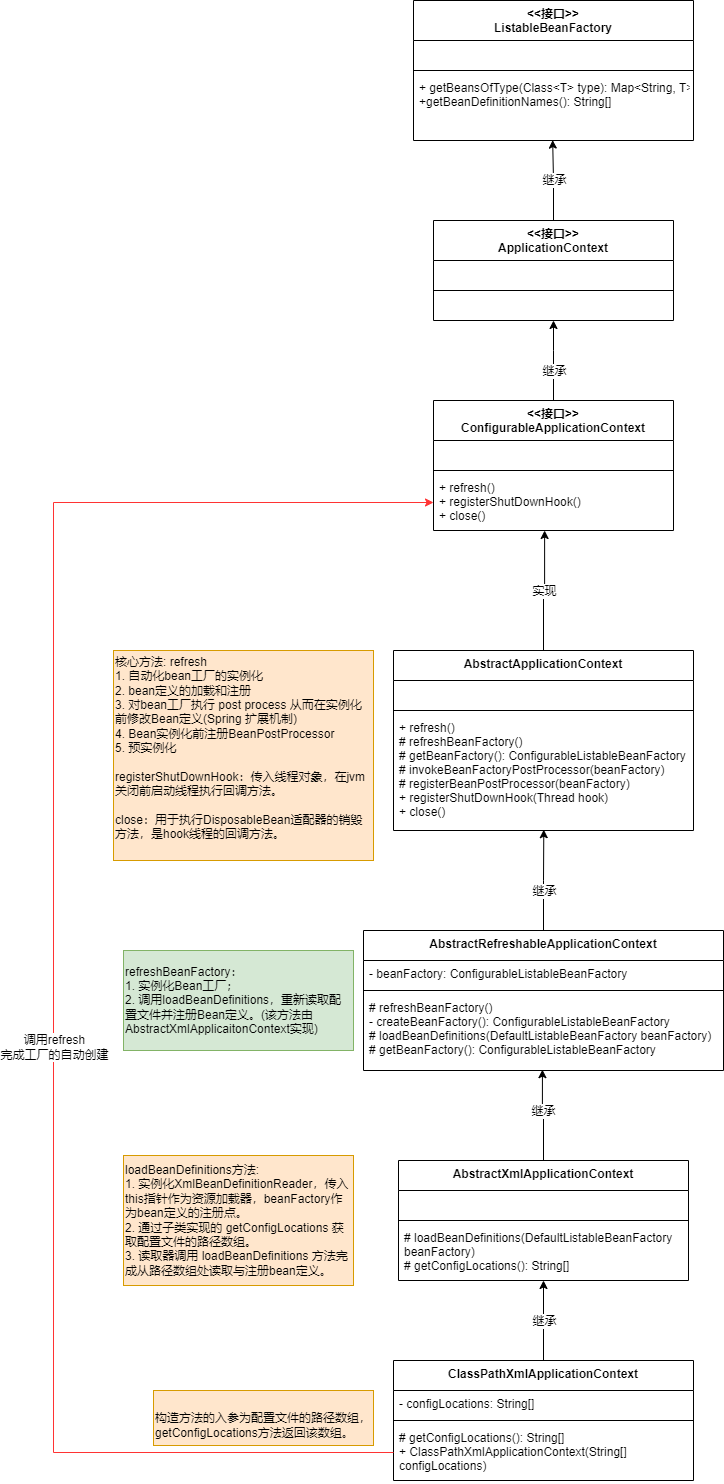
This is wzz-spring/spring-step-06/07(应用上下文).drawio.png from wsxzei/markdown-photos, a draw.io export, as it was before one commit. Source tidied: cells renumbered, new cells last; positions are measured from the earlier drawing's top-left corner, leaving out a move shared by most shapes.
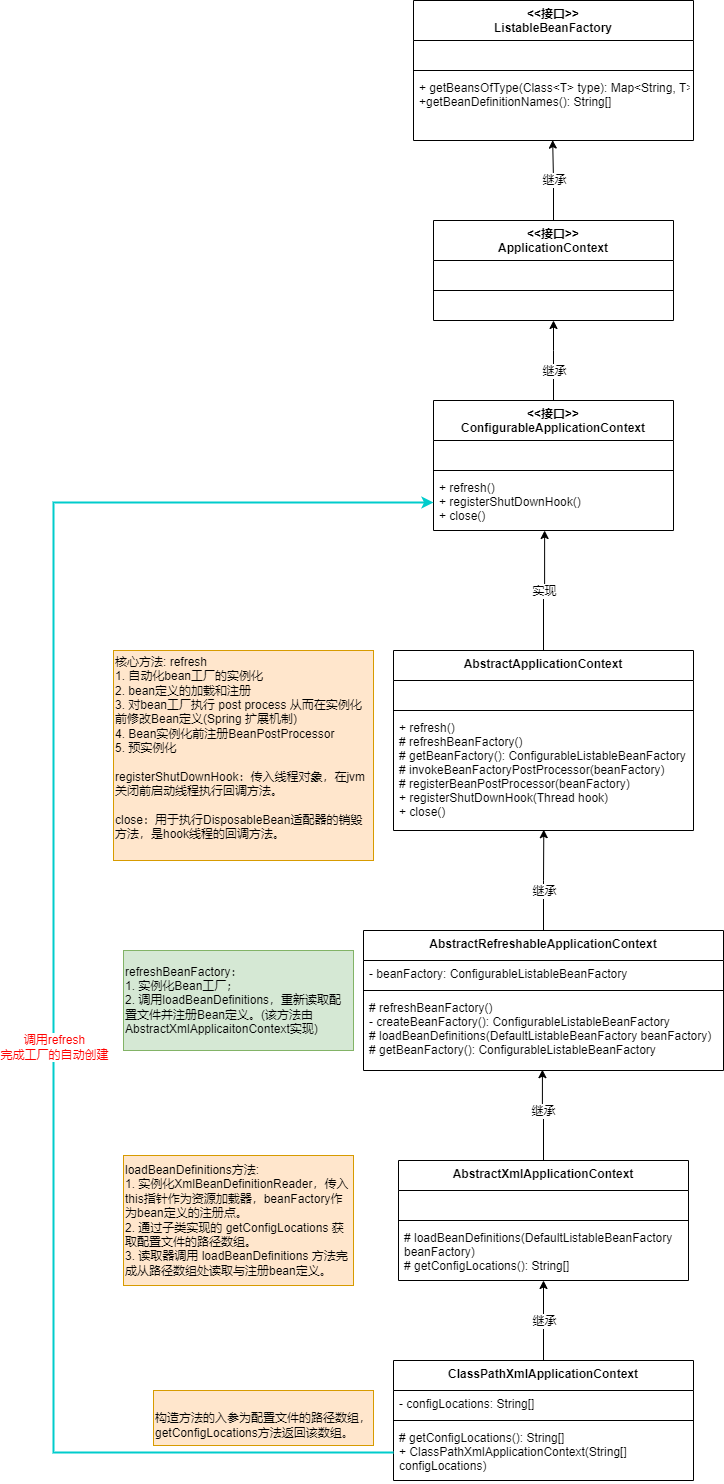
Later version of the same file.

Commit message:
更新07(应用上下文).drawio.png

Diff of the diagram source:
```diff
@@ -151,7 +151,7 @@
     <mxCell id="45" value="&lt;div class=&quot;mind-clipboard&quot;&gt;&lt;div&gt;核心方法: refresh&lt;/div&gt;&lt;div&gt;1. 自动化bean工厂的实例化&lt;/div&gt;&lt;div&gt;2. bean定义的加载和注册&lt;/div&gt;&lt;div&gt;3. 对bean工厂执行 post process 从而在实例化前修改Bean定义(Spring 扩展机制)&lt;/div&gt;&lt;div&gt;4.&amp;nbsp;Bean实例化前注册BeanPostProcessor&lt;/div&gt;&lt;div&gt;5. 预实例化&lt;/div&gt;&lt;div&gt;&lt;br&gt;&lt;/div&gt;&lt;div&gt;&lt;div&gt;registerShutDownHook：传入线程对象，在jvm关闭前启动线程执行回调方法。&lt;/div&gt;&lt;div&gt;&lt;br&gt;&lt;/div&gt;close：用于执行DisposableBean适配器的销毁方法，是hook线程的回调方法。&lt;div&gt;&lt;br&gt;&lt;/div&gt;&lt;/div&gt;&lt;/div&gt;" style="text;html=1;strokeColor=#d79b00;fillColor=#ffe6cc;align=left;verticalAlign=middle;whiteSpace=wrap;rounded=0;" parent="1" vertex="1">
       <mxGeometry x="60" y="650" width="260" height="210" as="geometry" />
     </mxCell>
-    <mxCell id="46" style="edgeStyle=orthogonalEdgeStyle;rounded=0;jettySize=auto;html=1;exitX=0;exitY=0.5;exitDx=0;exitDy=0;strokeColor=#FF3333;" parent="1" edge="1" source="41" target="17">
+    <mxCell id="46" style="edgeStyle=orthogonalEdgeStyle;rounded=0;jettySize=auto;html=1;exitX=0;exitY=0.5;exitDx=0;exitDy=0;strokeColor=#00CCCC;strokeWidth=2;" parent="1" edge="1" source="41" target="17">
       <mxGeometry relative="1" as="geometry">
         <Array as="points">
           <mxPoint y="1452" />
@@ -159,7 +159,7 @@
         </Array>
       </mxGeometry>
     </mxCell>
-    <mxCell id="47" value="调用refresh&lt;br&gt;完成工厂的自动创建" style="edgeLabel;html=1;align=center;verticalAlign=middle;" parent="46" vertex="1">
+    <mxCell id="47" value="&lt;font color=&quot;#ff0000&quot;&gt;调用refresh&lt;br&gt;完成工厂的自动创建&lt;/font&gt;" style="edgeLabel;html=1;align=center;verticalAlign=middle;" parent="46" vertex="1">
       <mxGeometry x="-0.11" relative="1" as="geometry" />
     </mxCell>
   </root>
```
